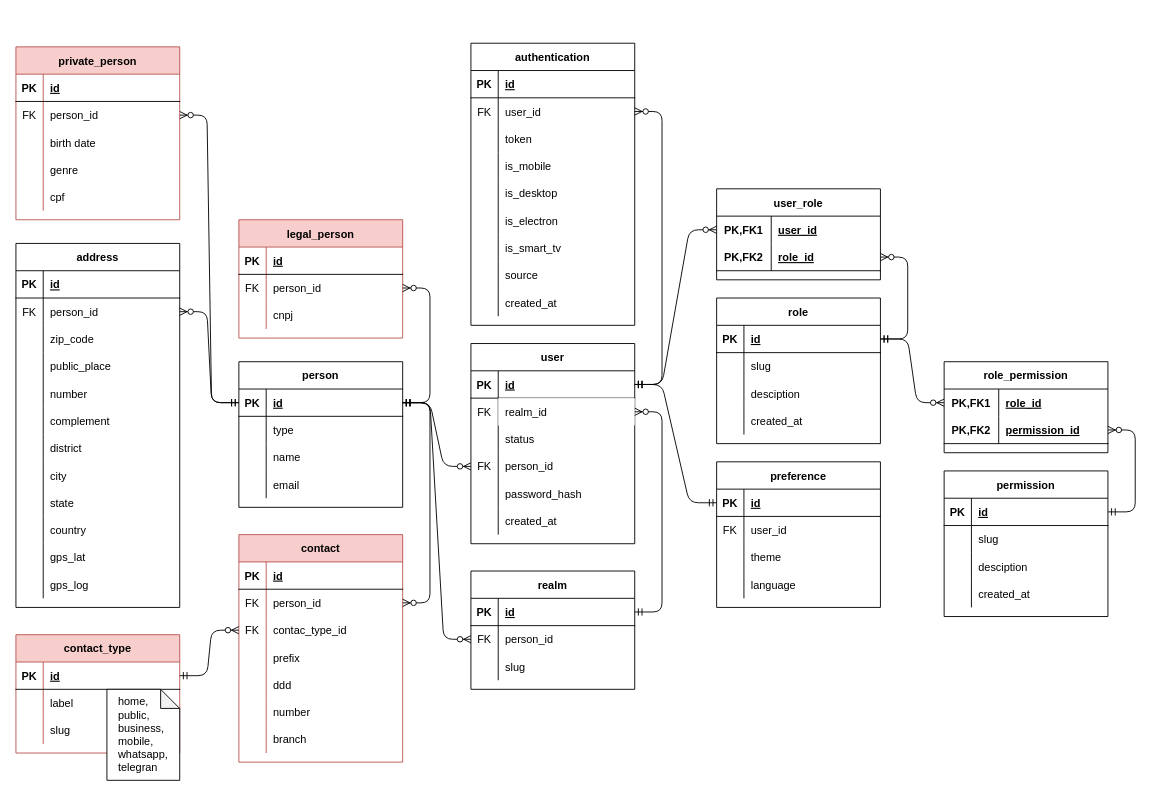
Above: doc/baseacl.drawio in rafaelaraujobr/baseacl (draw.io), before the change. Source tidied: cells renumbered, new cells numbered last; positions are measured from the earlier drawing's top-left corner, leaving out a move shared by most shapes. Both pictures are drawn from the tidied source at 91%, with x=0, y=0 at pixel (15, 43).
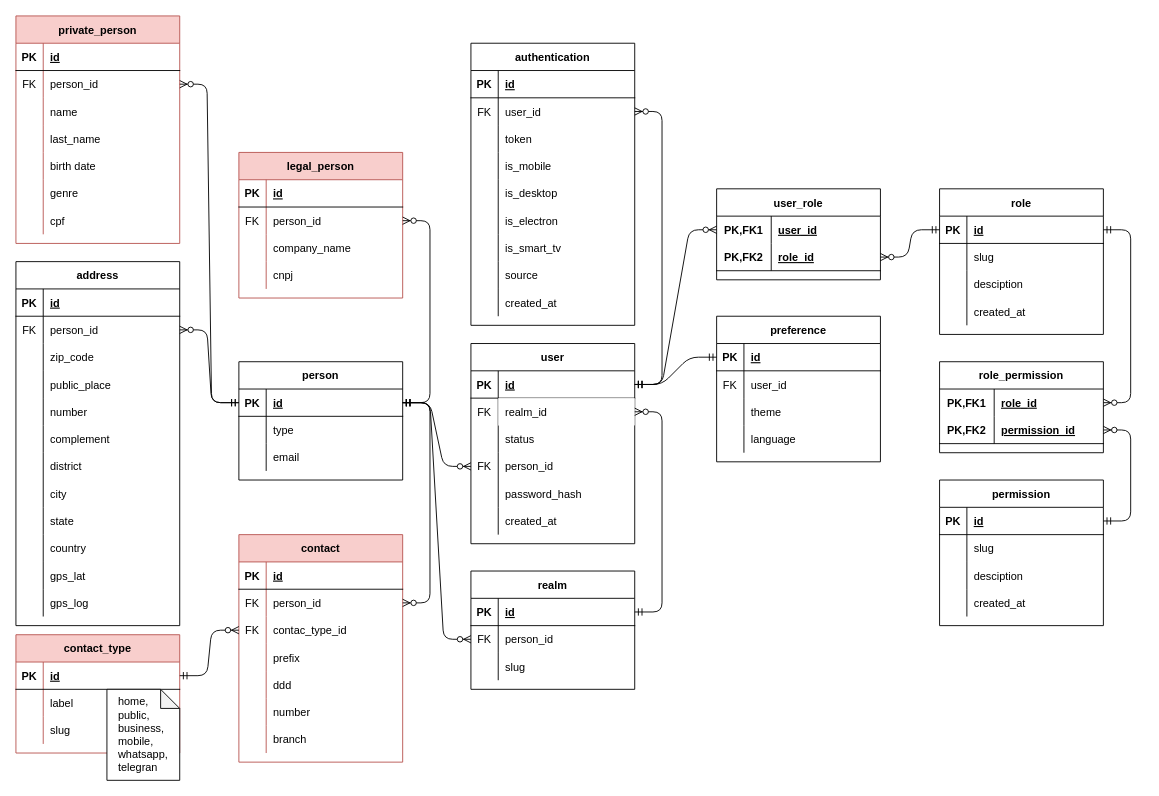
The same page after the edit.

The change refers to these unchanged cells:
```xml
<mxCell id="48" style="shape=partialRectangle;fillColor=none;top=0;left=0;bottom=1;right=0;points=[[0,0.5],[1,0.5]];portConstraint=eastwest;" parent="47" vertex="1">
  <mxGeometry y="30" width="180" height="30" as="geometry" />
</mxCell>
<mxCell id="84" style="shape=partialRectangle;fillColor=none;top=0;left=0;bottom=1;right=0;points=[[0,0.5],[1,0.5]];portConstraint=eastwest;" parent="80" vertex="1">
  <mxGeometry y="60" width="180" height="30" as="geometry" />
</mxCell>
```

What changed in the source:
```diff
@@
     <mxCell id="21" value="person" style="shape=table;startSize=30;childLayout=tableLayout;rowLines=0;fontStyle=1;align=center;" parent="1" vertex="1">
-      <mxGeometry x="245" y="350" width="180" height="160" as="geometry" />
+      <mxGeometry x="245" y="350" width="180" height="130" as="geometry" />
     </mxCell>
@@
-    <mxCell id="28" style="shape=partialRectangle;fillColor=none;top=0;left=0;bottom=0;right=0;" parent="21" vertex="1">
-      <mxGeometry y="90" width="180" height="30" as="geometry" />
-    </mxCell>
-    <mxCell id="29" style="shape=partialRectangle;fillColor=none;top=0;left=0;bottom=0;right=0;overflow=hidden;" parent="28" vertex="1">
-      <mxGeometry width="30" height="30" as="geometry" />
-    </mxCell>
-    <mxCell id="30" value="name" style="shape=partialRectangle;fillColor=none;top=0;left=0;bottom=0;right=0;align=left;spacingLeft=6;overflow=hidden;" parent="28" vertex="1">
-      <mxGeometry x="30" width="150" height="30" as="geometry" />
-    </mxCell>
     <mxCell id="31" style="shape=partialRectangle;fillColor=none;top=0;left=0;bottom=0;right=0;" parent="21" vertex="1">
-      <mxGeometry y="120" width="180" height="30" as="geometry" />
+      <mxGeometry y="90" width="180" height="30" as="geometry" />
     </mxCell>
@@
     <mxCell id="34" value="preference" style="shape=table;startSize=30;childLayout=tableLayout;rowLines=0;fontStyle=1;align=center;" parent="1" vertex="1">
-      <mxGeometry x="770" y="460" width="180" height="160" as="geometry" />
+      <mxGeometry x="770" y="300" width="180" height="160" as="geometry" />
     </mxCell>
@@
     <mxCell id="47" value="role" style="shape=table;startSize=30;childLayout=tableLayout;rowLines=0;fontStyle=1;align=center;" parent="1" vertex="1">
-      <mxGeometry x="770" y="280" width="180" height="160" as="geometry" />
+      <mxGeometry x="1015" y="160" width="180" height="160" as="geometry" />
     </mxCell>
@@
     <mxCell id="60" value="permission" style="shape=table;startSize=30;childLayout=tableLayout;rowLines=0;fontStyle=1;align=center;" parent="1" vertex="1">
-      <mxGeometry x="1020" y="470" width="180" height="160" as="geometry" />
+      <mxGeometry x="1015" y="480" width="180" height="160" as="geometry" />
     </mxCell>
@@
     <mxCell id="73" value="role_permission" style="shape=table;startSize=30;childLayout=tableLayout;rowLines=0;fontStyle=1;align=center;" parent="1" vertex="1">
-      <mxGeometry x="1020" y="350" width="180" height="100" as="geometry" />
+      <mxGeometry x="1015" y="350" width="180" height="100" as="geometry" />
     </mxCell>
@@
     <mxCell id="87" value="address" style="shape=table;startSize=30;childLayout=tableLayout;rowLines=0;fontStyle=1;align=center;" parent="1" vertex="1">
-      <mxGeometry y="220" width="180" height="400" as="geometry" />
+      <mxGeometry y="240" width="180" height="400" as="geometry" />
     </mxCell>
@@
-    <mxCell id="128" style="edgeStyle=entityRelationEdgeStyle;fontSize=12;html=1;endArrow=ERzeroToMany;startArrow=ERmandOne;entryX=1;entryY=0.5;entryDx=0;entryDy=0;exitX=1;exitY=0.5;exitDx=0;exitDy=0;" parent="1" edge="1" source="48" target="84">
+    <mxCell id="128" style="edgeStyle=entityRelationEdgeStyle;fontSize=12;html=1;endArrow=ERzeroToMany;startArrow=ERmandOne;entryX=1;entryY=0.5;entryDx=0;entryDy=0;" parent="1" edge="1" source="48" target="84">
       <mxGeometry relative="1" as="geometry" />
     </mxCell>
     <mxCell id="129" value="private_person" style="shape=table;startSize=30;childLayout=tableLayout;rowLines=0;fontStyle=1;align=center;fillColor=#f8cecc;strokeColor=#b85450;" parent="1" vertex="1">
-      <mxGeometry y="4" width="180" height="190" as="geometry" />
+      <mxGeometry y="-30" width="180" height="250" as="geometry" />
     </mxCell>
@@
+    <mxCell id="235" style="shape=partialRectangle;fillColor=none;top=0;left=0;bottom=0;right=0;" parent="129" vertex="1">
+      <mxGeometry y="90" width="180" height="30" as="geometry" />
+    </mxCell>
+    <mxCell id="236" style="shape=partialRectangle;fillColor=none;top=0;left=0;bottom=0;right=0;overflow=hidden;" parent="235" vertex="1">
+      <mxGeometry width="30" height="30" as="geometry" />
+    </mxCell>
+    <mxCell id="30" value="name" style="shape=partialRectangle;fillColor=none;top=0;left=0;bottom=0;right=0;align=left;spacingLeft=6;overflow=hidden;" parent="235" vertex="1">
+      <mxGeometry x="30" width="150" height="30" as="geometry" />
+    </mxCell>
+    <mxCell id="237" style="shape=partialRectangle;fillColor=none;top=0;left=0;bottom=0;right=0;" parent="129" vertex="1">
+      <mxGeometry y="120" width="180" height="30" as="geometry" />
+    </mxCell>
+    <mxCell id="238" style="shape=partialRectangle;fillColor=none;top=0;left=0;bottom=0;right=0;overflow=hidden;" parent="237" vertex="1">
+      <mxGeometry width="30" height="30" as="geometry" />
+    </mxCell>
+    <mxCell id="239" value="last_name" style="shape=partialRectangle;fillColor=none;top=0;left=0;bottom=0;right=0;align=left;spacingLeft=6;overflow=hidden;" parent="237" vertex="1">
+      <mxGeometry x="30" width="150" height="30" as="geometry" />
+    </mxCell>
     <mxCell id="136" style="shape=partialRectangle;fillColor=none;top=0;left=0;bottom=0;right=0;" parent="129" vertex="1">
-      <mxGeometry y="90" width="180" height="30" as="geometry" />
+      <mxGeometry y="150" width="180" height="30" as="geometry" />
     </mxCell>
@@
     <mxCell id="139" style="shape=partialRectangle;fillColor=none;top=0;left=0;bottom=0;right=0;" parent="129" vertex="1">
-      <mxGeometry y="120" width="180" height="30" as="geometry" />
+      <mxGeometry y="180" width="180" height="30" as="geometry" />
     </mxCell>
@@
     <mxCell id="142" style="shape=partialRectangle;fillColor=none;top=0;left=0;bottom=0;right=0;" parent="129" vertex="1">
-      <mxGeometry y="150" width="180" height="30" as="geometry" />
+      <mxGeometry y="210" width="180" height="30" as="geometry" />
     </mxCell>
@@
     <mxCell id="147" value="legal_person" style="shape=table;startSize=30;childLayout=tableLayout;rowLines=0;fontStyle=1;align=center;fillColor=#f8cecc;strokeColor=#b85450;" parent="1" vertex="1">
-      <mxGeometry x="245" y="194" width="180" height="130" as="geometry" />
+      <mxGeometry x="245" y="120" width="180" height="160" as="geometry" />
     </mxCell>
@@
+    <mxCell id="240" style="shape=partialRectangle;fillColor=none;top=0;left=0;bottom=0;right=0;" parent="147" vertex="1">
+      <mxGeometry y="90" width="180" height="30" as="geometry" />
+    </mxCell>
+    <mxCell id="241" style="shape=partialRectangle;fillColor=none;top=0;left=0;bottom=0;right=0;overflow=hidden;" parent="240" vertex="1">
+      <mxGeometry width="30" height="30" as="geometry" />
+    </mxCell>
+    <mxCell id="242" value="company_name" style="shape=partialRectangle;fillColor=none;top=0;left=0;bottom=0;right=0;align=left;spacingLeft=6;overflow=hidden;" parent="240" vertex="1">
+      <mxGeometry x="30" width="150" height="30" as="geometry" />
+    </mxCell>
     <mxCell id="154" style="shape=partialRectangle;fillColor=none;top=0;left=0;bottom=0;right=0;" parent="147" vertex="1">
-      <mxGeometry y="90" width="180" height="30" as="geometry" />
+      <mxGeometry y="120" width="180" height="30" as="geometry" />
     </mxCell>
```
